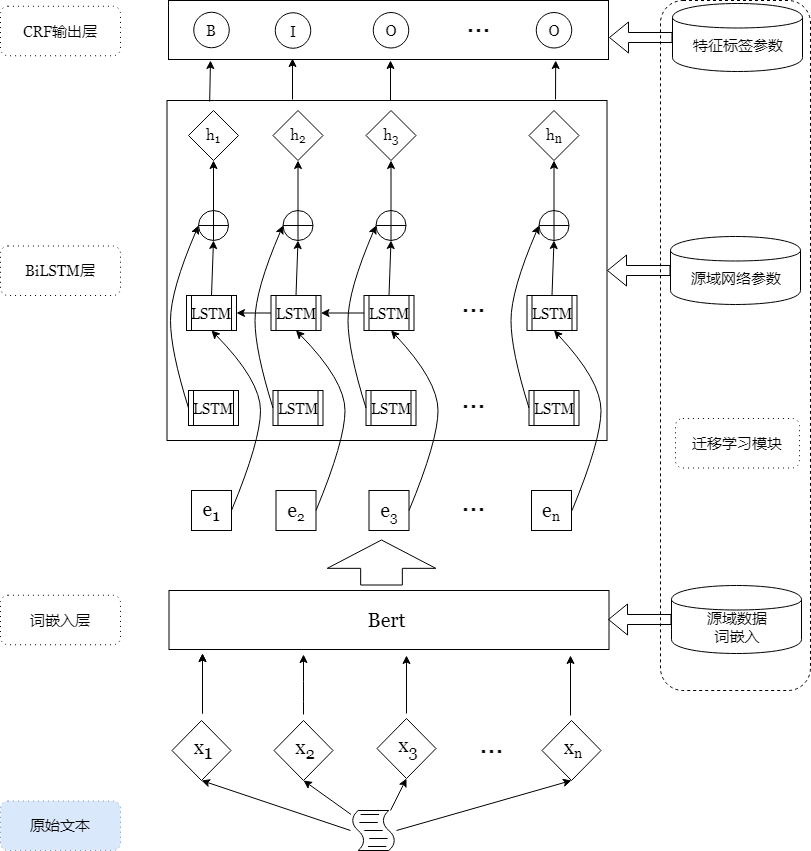
This is Trans-Bert-BiLSTM-CRF-CN.png from yhx123hero/CyberspaceSecurity_NER, a draw.io export, as it was before one commit. Source tidied: cells renumbered, new cells last; positions are measured from the earlier drawing's top-left corner, leaving out a move shared by most shapes.
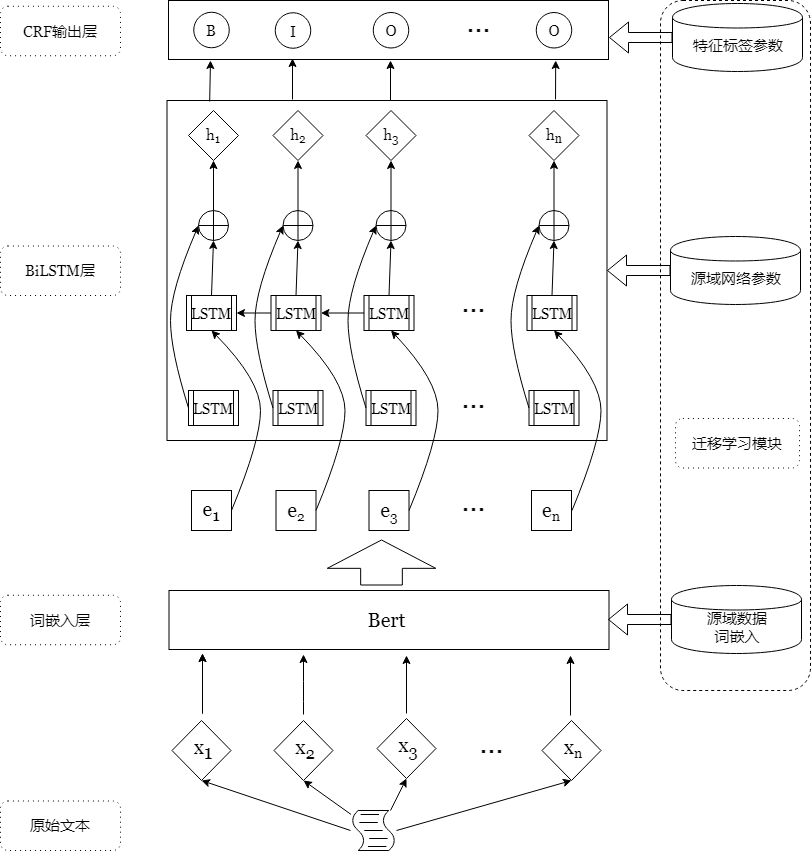
After the commit.

The edit, as a diff of the source:
```diff
@@ -388,7 +388,7 @@
     <mxCell id="102" value="迁移学习模块" style="shape=ext;rounded=1;html=1;whiteSpace=wrap;dashed=1;dashPattern=1 4;labelBackgroundColor=none;fontFamily=Georgia;fontSize=15;" parent="1" vertex="1">
       <mxGeometry x="675" y="418" width="124" height="49.5" as="geometry" />
     </mxCell>
-    <mxCell id="103" value="原始文本" style="shape=ext;rounded=1;html=1;whiteSpace=wrap;dashed=1;dashPattern=1 4;labelBackgroundColor=none;fontFamily=Georgia;fontSize=15;fillColor=#dae8fc;strokeColor=#6c8ebf;" parent="1" vertex="1">
+    <mxCell id="103" value="原始文本" style="shape=ext;rounded=1;html=1;whiteSpace=wrap;dashed=1;dashPattern=1 4;labelBackgroundColor=none;fontFamily=Georgia;fontSize=15;" parent="1" vertex="1">
       <mxGeometry y="800.5" width="120" height="49.5" as="geometry" />
     </mxCell>
     <mxCell id="104" value="…" style="text;strokeColor=none;fillColor=none;html=1;fontSize=24;fontStyle=1;verticalAlign=middle;align=center;labelBackgroundColor=none;" parent="1" vertex="1">
```
